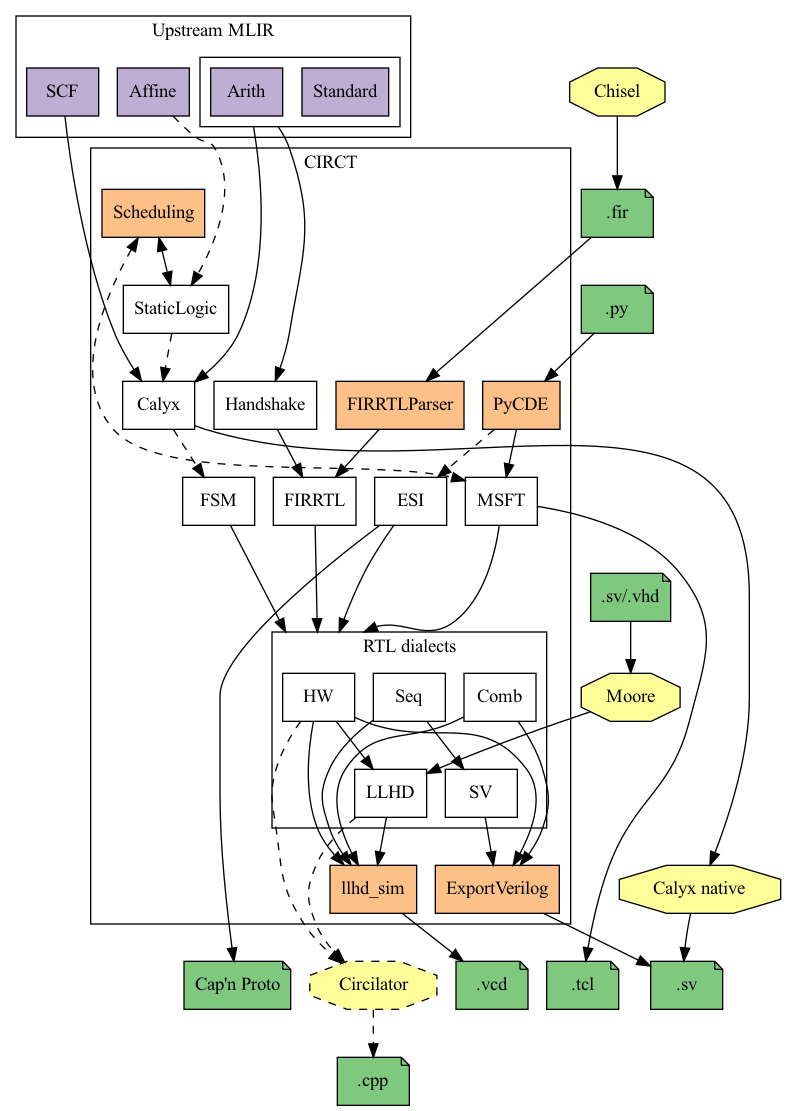
Earlier version of the Graphviz export docs/includes/img/dialects.png (llvm/circt). Its source is kept beside it as docs/dialects.dot. Source of this version:
```dot
digraph G {
  rankdir = TB
  splines=spline
  node [shape=box style=filled fillcolor="white"]
  nodesep=0.2 // horizontal compression
  ranksep=0.5 // vertical compression
  compound=true

  subgraph cluster_mlir {
    label = "Upstream MLIR";
    node [fillcolor="#beaed4"]
    SCF Affine
    subgraph cluster_std_arith_dialect {
      label = ""
      Standard Arith
    }
  }

  subgraph cluster_circt {
    label = "CIRCT"
    Handshake [URL="https://circt.llvm.org/docs/Dialects/Handshake/"]
    Calyx [URL="https://circt.llvm.org/docs/Dialects/Calyx/"]
    FIRRTL [URL="https://circt.llvm.org/docs/Dialects/FIRRTL/"]
    StaticLogic [URL="https://circt.llvm.org/docs/Dialects/StaticLogic/"]
    MSFT [URL="https://circt.llvm.org/docs/Dialects/MSFT/"]
    ESI [URL="https://circt.llvm.org/docs/Dialects/ESI/"]
    FSM [URL="https://circt.llvm.org/docs/Dialects/FSM/"]

    space_above_RTL [style = invis, label=""]

    subgraph cluster_RTL {
      label = "RTL dialects"
      Seq [URL="https://circt.llvm.org/docs/Dialects/Seq/"]
      HW [URL="https://circt.llvm.org/docs/Dialects/HW/"]
      SV [URL="https://circt.llvm.org/docs/Dialects/SV/"]
      Comb [URL="https://circt.llvm.org/docs/Dialects/Comb/"]
      LLHD [URL="https://circt.llvm.org/docs/Dialects/LLHD/"]
    }

    subgraph internal_tools{
      node [fillcolor="#fdc086"]
      FIRRTLParser llhd_sim
      ExportVerilog [URL="https://circt.llvm.org/docs/VerilogGeneration/"]
      PyCDE [URL="https://circt.llvm.org/docs/PyCDE/"]
      Scheduling [URL="https://circt.llvm.org/docs/Scheduling/"]
    }
  }

  subgraph external_tools {
    node [shape=octagon fillcolor="#ffff99"]
    Moore Chisel
    Calyx_native [label="Calyx native"]
    Circilator [style="dashed,filled"]
  }

  subgraph file_formats {
    node [fillcolor="#7fc97f" shape="note"]
    VCDTrace [label=".vcd"]
    CPPFile [label=".cpp"]
    SVFile [label=".sv"]
    CapNProto [label="Cap'n Proto"]
    TCL [label=".tcl"]
    FIRFile [label=".fir"]
    SVVHDL [label=".sv/.vhd"]
    PyFile [label=".py"]
  }

  SCF -> Calyx
  Affine -> StaticLogic [style=dashed]
  StaticLogic -> Calyx [style=dashed]
  Arith -> {Handshake Calyx} [ltail=cluster_std_arith_dialect]

  Handshake -> FIRRTL
  Calyx -> FSM [style=dashed]

  {FIRRTL FSM ESI MSFT} -> HW [lhead=cluster_RTL]
  Seq -> SV
  HW -> LLHD
  Comb -> ExportVerilog

  Scheduling -> StaticLogic [dir=both]
  Chisel -> FIRFile
  FIRFile -> FIRRTLParser
  FIRRTLParser -> FIRRTL
  {HW SV} -> ExportVerilog
  SVVHDL -> Moore [weight=999]
  Moore -> LLHD
  {LLHD HW} -> Circilator [style=dashed]
  Calyx -> Calyx_native
  {Calyx_native ExportVerilog} -> SVFile
  Circilator -> CPPFile [style=dashed]
  {LLHD Comb HW Seq} -> llhd_sim
  llhd_sim -> VCDTrace
  ESI -> CapNProto
  MSFT -> TCL
  PyFile -> PyCDE
  PyCDE -> ESI [style=dashed]
  PyCDE -> MSFT
  Scheduling -> MSFT [dir=both, style=dashed]

  Affine -> Scheduling [weight=999 style=invis]
  FIRFile -> PyFile [weight=999 style=invis]

  {FIRRTL FSM ESI MSFT} -> space_above_RTL [weight=999, style=invis]
  space_above_RTL -> {Seq HW Comb} [lhead=cluster_RTL, weight=999, style=invis]

  llhd_sim -> {SVFile Circilator TCL CapNProto} [weight=999 style=invis]
  Calyx_native -> SVFile [weight=999 style=invis]
}
```
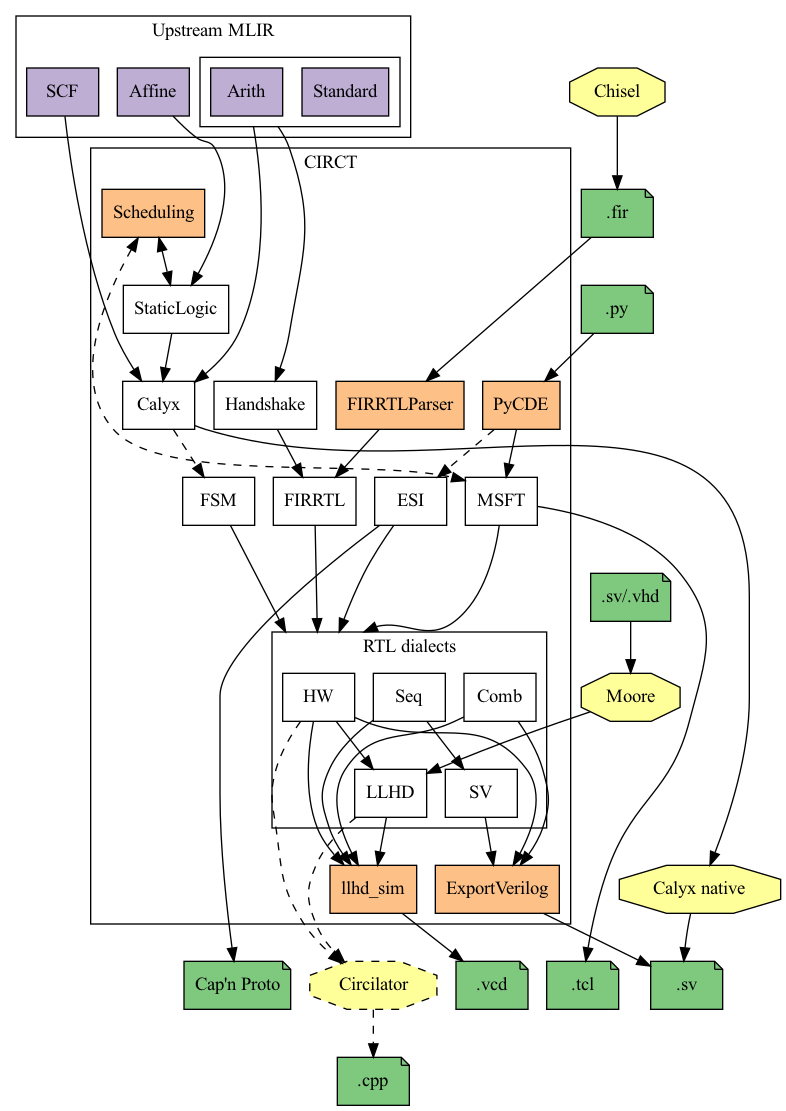
Above is the later version.

Commit message:
Make Affine -> StaticLogic -> Calyx solid.

The edit, as a diff of the source:
```diff
@@ -66,8 +66,8 @@
   }
 
   SCF -> Calyx
-  Affine -> StaticLogic [style=dashed]
-  StaticLogic -> Calyx [style=dashed]
+  Affine -> StaticLogic
+  StaticLogic -> Calyx
   Arith -> {Handshake Calyx} [ltail=cluster_std_arith_dialect]
 
   Handshake -> FIRRTL
```
